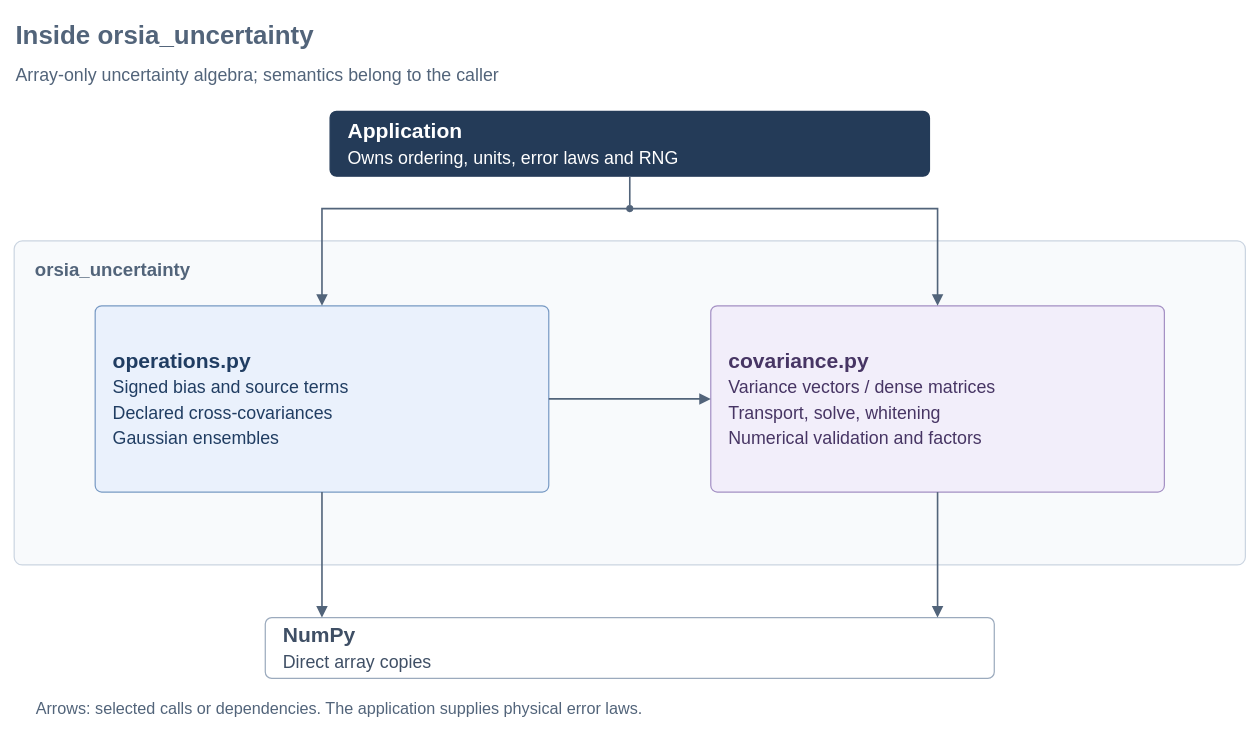
Before: libs/orsia-uncertainty/docs/diagrams/architecture.drawio in scklab-dev/orsia, a draw.io diagram. Source tidied: cells renumbered, new cells numbered last; positions are measured from the earlier drawing's top-left corner, leaving out a move shared by most shapes. Both pictures are drawn from the tidied source at 81%, with x=0, y=0 at pixel (14, 14).
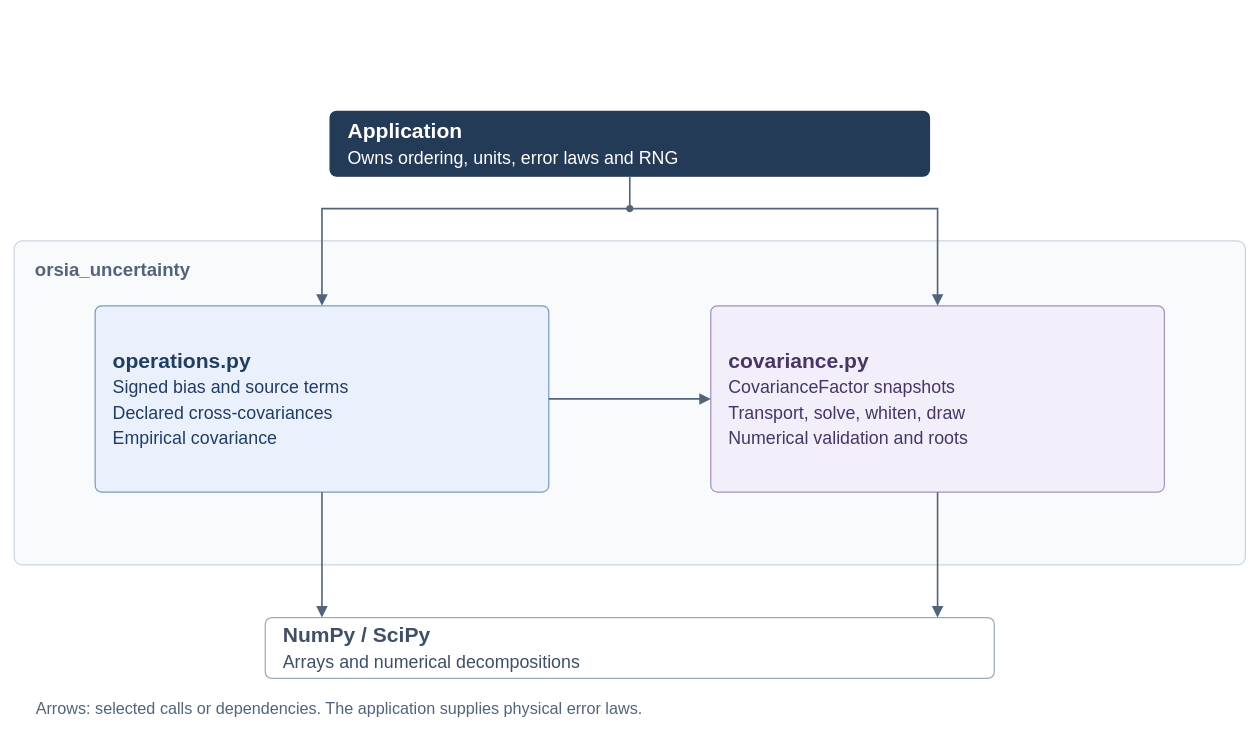
The same page after the edit.

What changed in the source:
```diff
@@
 <mxGraphModel background="#FFFFFF">
   <root>
     <mxCell id="0" />
     <mxCell id="1" parent="0" />
-    <mxCell id="2" value="Inside orsia_uncertainty" style="text;html=0;align=left;verticalAlign=middle;fontFamily=Helvetica;fontSize=32;fontStyle=1;fontColor=#52647A;fillColor=none;strokeColor=none;" parent="1" vertex="1">
-      <mxGeometry width="1500" height="45" as="geometry" />
-    </mxCell>
-    <mxCell id="3" value="Array-only uncertainty algebra; semantics belong to the caller" style="text;html=0;align=left;verticalAlign=middle;fontFamily=Helvetica;fontSize=22;fontStyle=0;fontColor=#52647A;fillColor=none;strokeColor=none;" parent="1" vertex="1">
-      <mxGeometry y="55" width="1500" height="35" as="geometry" />
-    </mxCell>
     <mxCell id="4" value="&lt;b&gt;Application&lt;/b&gt;&lt;br&gt;&lt;span style=&quot;font-size:22px&quot;&gt;Owns ordering, units, error laws and RNG&lt;/span&gt;" style="rounded=1;absoluteArcSize=1;arcSize=16;whiteSpace=wrap;html=1;align=left;verticalAlign=middle;spacing=22;fontFamily=Helvetica;fontSize=26;fontColor=#FFFFFF;fillColor=#243B58;strokeColor=#243B58;strokeWidth=1.5;" parent="1" vertex="1">
       <mxGeometry x="390" y="120" width="740" height="80" as="geometry" />
     </mxCell>
     <mxCell id="5" value="orsia_uncertainty" style="rounded=1;absoluteArcSize=1;arcSize=20;whiteSpace=wrap;html=0;align=left;verticalAlign=top;spacingLeft=24;spacingTop=16;fontFamily=Helvetica;fontSize=23;fontStyle=1;fontColor=#52647A;fillColor=#F8FAFC;strokeColor=#CBD5E1;strokeWidth=1.5;" parent="1" vertex="1">
       <mxGeometry y="280" width="1520" height="400" as="geometry" />
     </mxCell>
-    <mxCell id="6" value="&lt;b&gt;operations.py&lt;/b&gt;&lt;br&gt;&lt;span style=&quot;font-size:22px&quot;&gt;Signed bias and source terms&lt;br&gt;Declared cross-covariances&lt;br&gt;Gaussian ensembles&lt;/span&gt;" style="rounded=1;absoluteArcSize=1;arcSize=16;whiteSpace=wrap;html=1;align=left;verticalAlign=middle;spacing=22;fontFamily=Helvetica;fontSize=26;fontColor=#203D62;fillColor=#EAF1FC;strokeColor=#789AC4;strokeWidth=1.5;" parent="5" vertex="1">
+    <mxCell id="6" value="&lt;b&gt;operations.py&lt;/b&gt;&lt;br&gt;&lt;span style=&quot;font-size:22px&quot;&gt;Signed bias and source terms&lt;br&gt;Declared cross-covariances&lt;br&gt;Empirical covariance&lt;/span&gt;" style="rounded=1;absoluteArcSize=1;arcSize=16;whiteSpace=wrap;html=1;align=left;verticalAlign=middle;spacing=22;fontFamily=Helvetica;fontSize=26;fontColor=#203D62;fillColor=#EAF1FC;strokeColor=#789AC4;strokeWidth=1.5;" parent="5" vertex="1">
       <mxGeometry x="100" y="80" width="560" height="230" as="geometry" />
     </mxCell>
-    <mxCell id="7" value="&lt;b&gt;covariance.py&lt;/b&gt;&lt;br&gt;&lt;span style=&quot;font-size:22px&quot;&gt;Variance vectors / dense matrices&lt;br&gt;Transport, solve, whitening&lt;br&gt;Numerical validation and factors&lt;/span&gt;" style="rounded=1;absoluteArcSize=1;arcSize=16;whiteSpace=wrap;html=1;align=left;verticalAlign=middle;spacing=22;fontFamily=Helvetica;fontSize=26;fontColor=#473564;fillColor=#F2EEFA;strokeColor=#A490C4;strokeWidth=1.5;" parent="5" vertex="1">
+    <mxCell id="7" value="&lt;b&gt;covariance.py&lt;/b&gt;&lt;br&gt;&lt;span style=&quot;font-size:22px&quot;&gt;CovarianceFactor snapshots&lt;br&gt;Transport, solve, whiten, draw&lt;br&gt;Numerical validation and roots&lt;/span&gt;" style="rounded=1;absoluteArcSize=1;arcSize=16;whiteSpace=wrap;html=1;align=left;verticalAlign=middle;spacing=22;fontFamily=Helvetica;fontSize=26;fontColor=#473564;fillColor=#F2EEFA;strokeColor=#A490C4;strokeWidth=1.5;" parent="5" vertex="1">
       <mxGeometry x="860" y="80" width="560" height="230" as="geometry" />
     </mxCell>
     <mxCell id="8" style="edgeStyle=orthogonalEdgeStyle;rounded=0;html=0;exitX=1;exitY=0.5;entryX=0;entryY=0.5;endArrow=block;endFill=1;endSize=9;strokeWidth=2;strokeColor=#52647A;fontColor=#52647A;fillColor=none;dashed=0;" parent="5" edge="1" source="6" target="7">
       <mxGeometry relative="1" as="geometry" />
     </mxCell>
     <mxCell id="9" style="ellipse;html=0;fillColor=#52647A;strokeColor=#52647A;fontColor=#52647A;" parent="1" vertex="1">
       <mxGeometry x="756" y="236" width="8" height="8" as="geometry" />
     </mxCell>
     <mxCell id="10" style="edgeStyle=orthogonalEdgeStyle;rounded=0;html=0;exitX=0.5;exitY=1;entryX=0.5;entryY=0;endArrow=none;endFill=1;endSize=9;strokeWidth=2;strokeColor=#52647A;fontColor=#52647A;fillColor=none;dashed=0;" parent="1" edge="1" source="4" target="9">
       <mxGeometry relative="1" as="geometry" />
     </mxCell>
     <mxCell id="11" style="edgeStyle=orthogonalEdgeStyle;rounded=0;html=0;exitX=0.5;exitY=1;entryX=0.5;entryY=0;endArrow=block;endFill=1;endSize=9;strokeWidth=2;strokeColor=#52647A;fontColor=#52647A;fillColor=none;dashed=0;" parent="1" edge="1" source="9" target="6">
       <mxGeometry relative="1" as="geometry">
         <Array as="points">
           <mxPoint x="380" y="240" />
         </Array>
       </mxGeometry>
     </mxCell>
     <mxCell id="12" style="edgeStyle=orthogonalEdgeStyle;rounded=0;html=0;exitX=0.5;exitY=1;entryX=0.5;entryY=0;endArrow=block;endFill=1;endSize=9;strokeWidth=2;strokeColor=#52647A;fontColor=#52647A;fillColor=none;dashed=0;" parent="1" edge="1" source="9" target="7">
       <mxGeometry relative="1" as="geometry">
         <Array as="points">
           <mxPoint x="1140" y="240" />
         </Array>
       </mxGeometry>
     </mxCell>
-    <mxCell id="13" value="&lt;b&gt;NumPy&lt;/b&gt;&lt;br&gt;&lt;span style=&quot;font-size:22px&quot;&gt;Direct array copies&lt;/span&gt;" style="rounded=1;absoluteArcSize=1;arcSize=16;whiteSpace=wrap;html=1;align=left;verticalAlign=middle;spacing=22;fontFamily=Helvetica;fontSize=26;fontColor=#3F4F65;fillColor=#FFFFFF;strokeColor=#9BAABD;strokeWidth=1.5;" parent="1" vertex="1">
+    <mxCell id="13" value="&lt;b&gt;NumPy / SciPy&lt;/b&gt;&lt;br&gt;&lt;span style=&quot;font-size:22px&quot;&gt;Arrays and numerical decompositions&lt;/span&gt;" style="rounded=1;absoluteArcSize=1;arcSize=16;whiteSpace=wrap;html=1;align=left;verticalAlign=middle;spacing=22;fontFamily=Helvetica;fontSize=26;fontColor=#3F4F65;fillColor=#FFFFFF;strokeColor=#9BAABD;strokeWidth=1.5;" parent="1" vertex="1">
       <mxGeometry x="310" y="745" width="900" height="75" as="geometry" />
     </mxCell>
     <mxCell id="14" style="edgeStyle=orthogonalEdgeStyle;rounded=0;html=0;exitX=0.5;exitY=1;entryX=0.9222222222222222;entryY=0;endArrow=block;endFill=1;endSize=9;strokeWidth=2;strokeColor=#52647A;fontColor=#52647A;fillColor=none;dashed=0;" parent="1" edge="1" source="7" target="13">
       <mxGeometry relative="1" as="geometry" />
     </mxCell>
     <mxCell id="15" style="edgeStyle=orthogonalEdgeStyle;rounded=0;html=0;exitX=0.5;exitY=1;entryX=0.07777777777777778;entryY=0;endArrow=block;endFill=1;endSize=9;strokeWidth=2;strokeColor=#52647A;fontColor=#52647A;fillColor=none;dashed=0;" parent="1" edge="1" source="6" target="13">
       <mxGeometry relative="1" as="geometry" />
     </mxCell>
     <mxCell id="16" value="Arrows: selected calls or dependencies. The application supplies physical error laws." style="text;html=0;align=left;verticalAlign=middle;fontFamily=Helvetica;fontSize=20;fontStyle=0;fontColor=#52647A;fillColor=none;strokeColor=none;" parent="1" vertex="1">
       <mxGeometry x="25" y="840" width="1460" height="30" as="geometry" />
     </mxCell>
   </root>
 </mxGraphModel>
```
